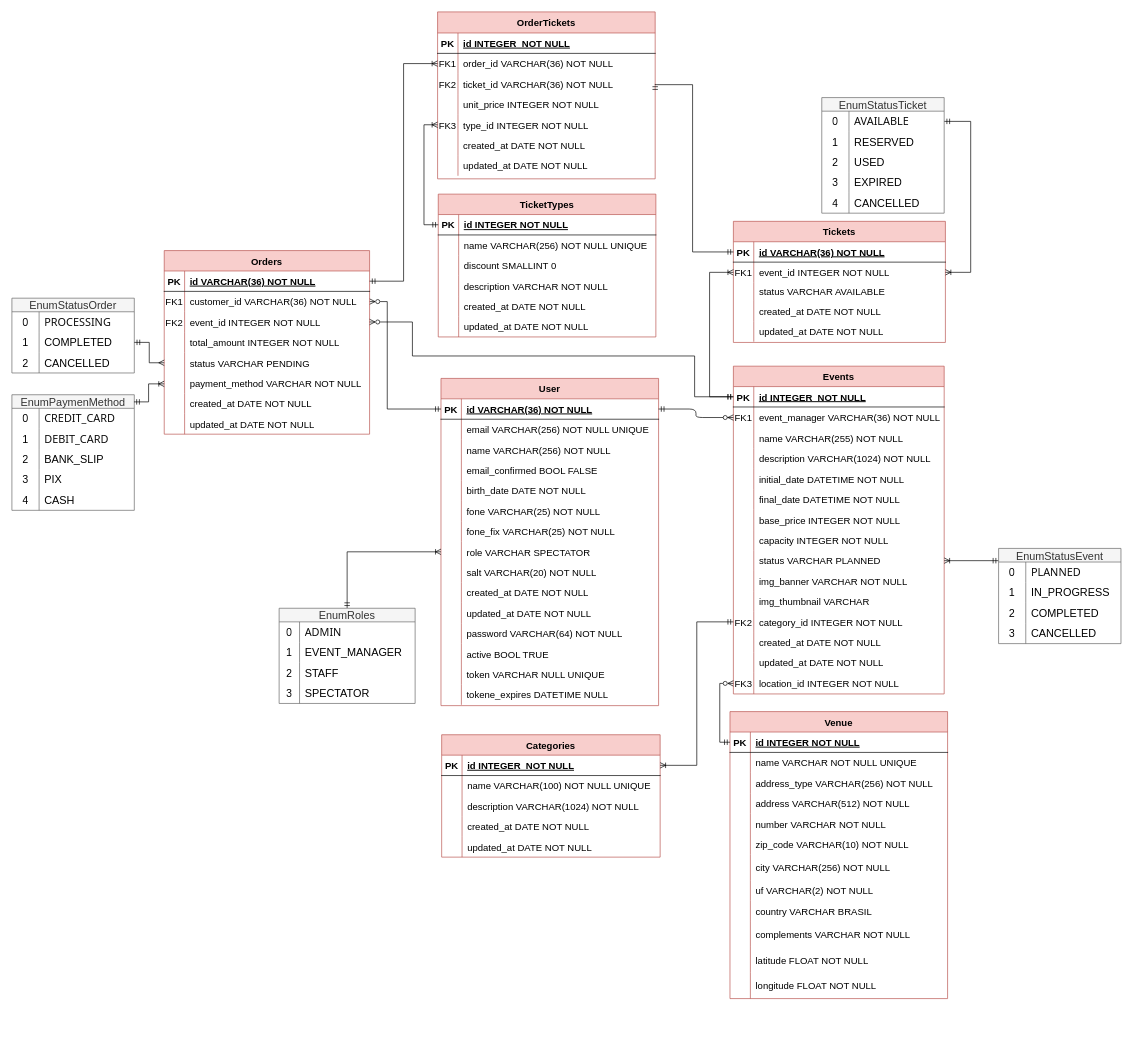
Christian4227/IES301_2024 keeps this draw.io diagram as ticketeasypro/docs/Diagrama Entidade-Relacionamento.drawio. Above is the earlier version. Source tidied: cells renumbered, new cells numbered last; positions are measured from the earlier drawing's top-left corner, leaving out a move shared by most shapes. Both pictures are drawn from the tidied source at 68%, with x=0, y=0 at pixel (12, 12).
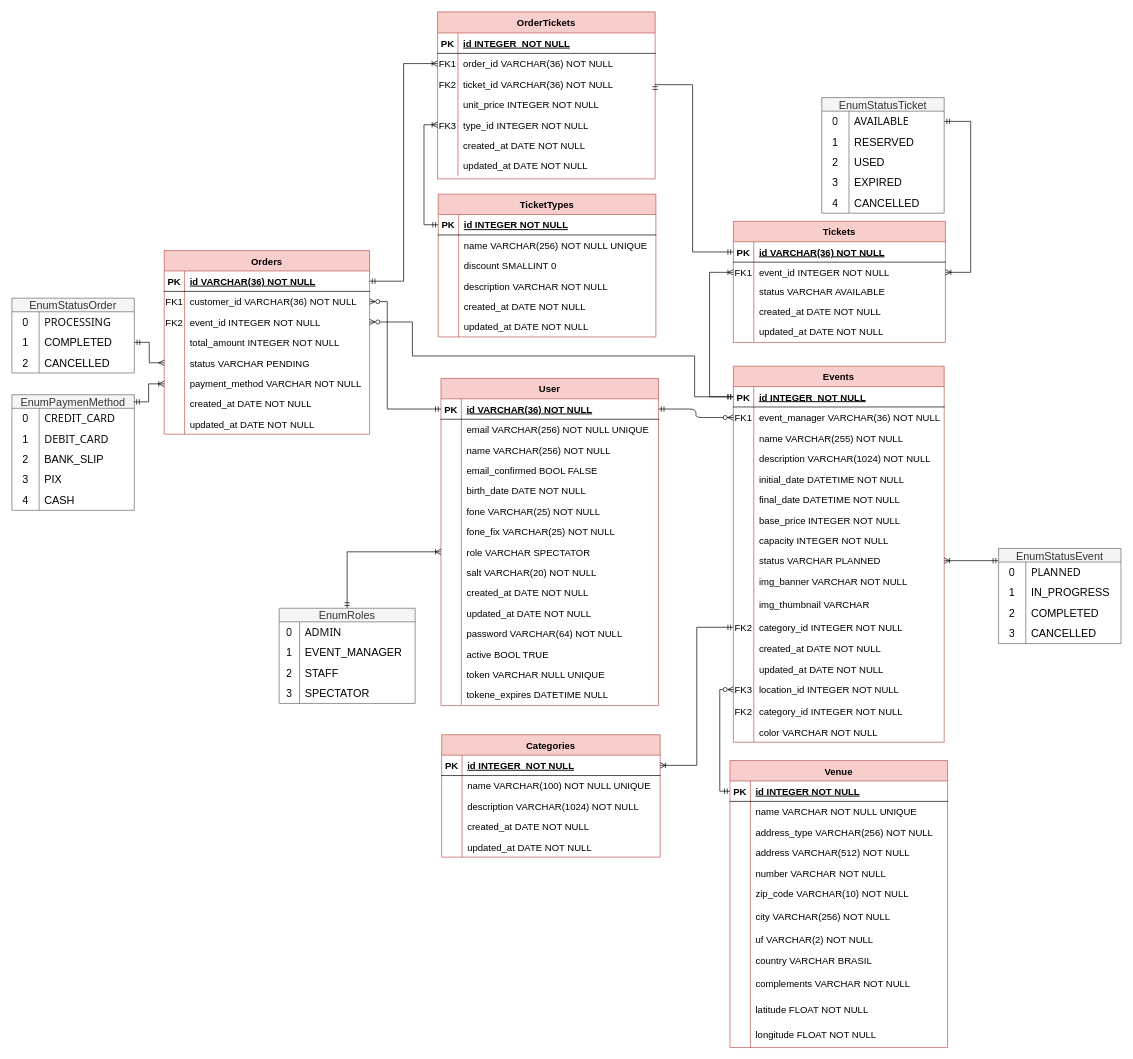
The same page after the edit.

Commit message:
docs(MER) compatibilização de MER com Schemas da base de dados, adição do atributo color em Events

What changed in the source:
```diff
@@
     <mxCell id="2" value="Events" style="shape=table;startSize=30;childLayout=tableLayout;rowLines=0;fontStyle=1;align=center;fillColor=#f8cecc;strokeColor=#b85450;fontSize=14;" parent="1" vertex="1">
-      <mxGeometry x="1061" y="521" width="310" height="482" as="geometry" />
+      <mxGeometry x="1061" y="521" width="310" height="553" as="geometry" />
     </mxCell>
@@
     <mxCell id="33" style="shape=partialRectangle;fillColor=none;top=0;left=0;right=0;bottom=0;fontSize=14;" parent="2" vertex="1">
-      <mxGeometry y="331" width="310" height="30" as="geometry" />
+      <mxGeometry y="331" width="310" height="37" as="geometry" />
     </mxCell>
     <mxCell id="34" style="shape=partialRectangle;overflow=hidden;fillColor=none;top=0;left=0;bottom=0;right=0;fontSize=14;" parent="33" vertex="1">
-      <mxGeometry width="30" height="30" as="geometry" />
+      <mxGeometry width="30" height="37" as="geometry" />
     </mxCell>
     <mxCell id="35" value="img_thumbnail VARCHAR" style="shape=partialRectangle;overflow=hidden;fillColor=none;top=0;left=0;bottom=0;right=0;align=left;spacingLeft=6;fontSize=14;" parent="33" vertex="1">
-      <mxGeometry x="30" width="280" height="30" as="geometry" />
+      <mxGeometry x="30" width="280" height="37" as="geometry" />
     </mxCell>
     <mxCell id="36" style="shape=partialRectangle;fillColor=none;points=[[0,0.5],[1,0.5]];portConstraint=eastwest;top=0;left=0;right=0;bottom=0;fontSize=14;" parent="2" vertex="1">
-      <mxGeometry y="361" width="310" height="30" as="geometry" />
+      <mxGeometry y="368" width="310" height="32" as="geometry" />
     </mxCell>
     <mxCell id="37" value="FK2" style="shape=partialRectangle;overflow=hidden;fillColor=none;top=0;left=0;bottom=0;right=0;fontSize=14;" parent="36" vertex="1">
-      <mxGeometry width="30" height="30" as="geometry" />
+      <mxGeometry width="30" height="32" as="geometry" />
     </mxCell>
     <mxCell id="38" value="category_id INTEGER NOT NULL" style="shape=partialRectangle;overflow=hidden;fillColor=none;top=0;left=0;bottom=0;right=0;align=left;spacingLeft=6;fontSize=14;" parent="36" vertex="1">
-      <mxGeometry x="30" width="280" height="30" as="geometry" />
+      <mxGeometry x="30" width="280" height="32" as="geometry" />
     </mxCell>
     <mxCell id="39" style="shape=partialRectangle;fillColor=none;top=0;left=0;right=0;bottom=0;fontSize=14;" parent="2" vertex="1">
-      <mxGeometry y="391" width="310" height="30" as="geometry" />
+      <mxGeometry y="400" width="310" height="30" as="geometry" />
     </mxCell>
@@
     <mxCell id="42" style="shape=partialRectangle;fillColor=none;top=0;left=0;right=0;bottom=0;fontSize=14;" parent="2" vertex="1">
-      <mxGeometry y="421" width="310" height="30" as="geometry" />
+      <mxGeometry y="430" width="310" height="30" as="geometry" />
     </mxCell>
@@
     <mxCell id="45" style="shape=partialRectangle;fillColor=none;points=[[0,0.5],[1,0.5]];portConstraint=eastwest;top=0;left=0;right=0;bottom=0;fontSize=14;" parent="2" vertex="1">
-      <mxGeometry y="451" width="310" height="31" as="geometry" />
+      <mxGeometry y="460" width="310" height="31" as="geometry" />
     </mxCell>
@@
+    <mxCell id="311" style="shape=partialRectangle;fillColor=none;top=0;left=0;right=0;bottom=0;fontSize=14;" parent="2" vertex="1">
+      <mxGeometry y="491" width="310" height="32" as="geometry" />
+    </mxCell>
+    <mxCell id="312" value="FK2" style="shape=partialRectangle;overflow=hidden;fillColor=none;top=0;left=0;bottom=0;right=0;fontSize=14;" parent="311" vertex="1">
+      <mxGeometry width="30" height="32" as="geometry" />
+    </mxCell>
+    <mxCell id="313" value="category_id INTEGER NOT NULL" style="shape=partialRectangle;overflow=hidden;fillColor=none;top=0;left=0;bottom=0;right=0;align=left;spacingLeft=6;fontSize=14;" parent="311" vertex="1">
+      <mxGeometry x="30" width="280" height="32" as="geometry" />
+    </mxCell>
+    <mxCell id="314" style="shape=partialRectangle;fillColor=none;top=0;left=0;right=0;bottom=0;fontSize=14;" parent="2" vertex="1">
+      <mxGeometry y="523" width="310" height="30" as="geometry" />
+    </mxCell>
+    <mxCell id="315" style="shape=partialRectangle;overflow=hidden;fillColor=none;top=0;left=0;bottom=0;right=0;fontSize=14;" parent="314" vertex="1">
+      <mxGeometry width="30" height="30" as="geometry" />
+    </mxCell>
+    <mxCell id="316" value="color VARCHAR NOT NULL" style="shape=partialRectangle;overflow=hidden;fillColor=none;top=0;left=0;bottom=0;right=0;align=left;spacingLeft=6;fontSize=14;" parent="314" vertex="1">
+      <mxGeometry x="30" width="280" height="30" as="geometry" />
+    </mxCell>
@@
     <mxCell id="270" value="Venue" style="shape=table;startSize=30;childLayout=tableLayout;rowLines=0;fontStyle=1;align=center;fillColor=#f8cecc;strokeColor=#b85450;fontSize=14;" parent="1" vertex="1">
-      <mxGeometry x="1056" y="1029" width="320" height="422" as="geometry" />
+      <mxGeometry x="1056" y="1101" width="320" height="422" as="geometry" />
     </mxCell>
```
